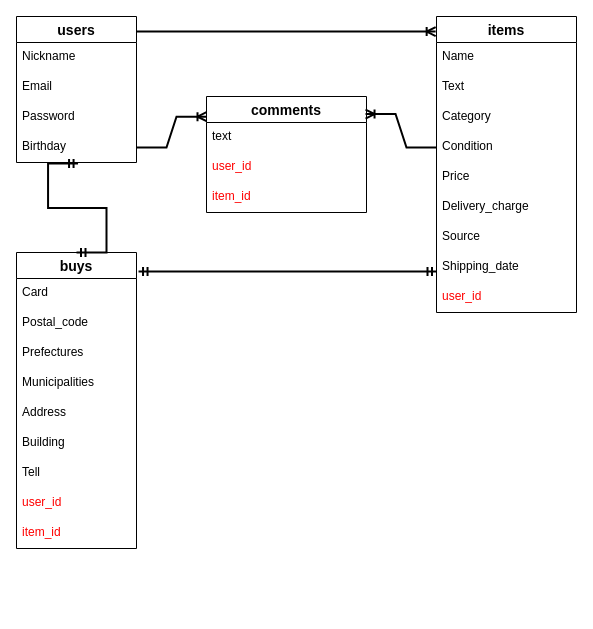
YamAtsu16/furima-37859 keeps this draw.io diagram as ER.dio. Above is the earlier version. Source tidied: cells renumbered, new cells numbered last; positions are measured from the earlier drawing's top-left corner, leaving out a move shared by most shapes. Both pictures are drawn from the tidied source at 100%, with x=0, y=0 at pixel (16, 16).
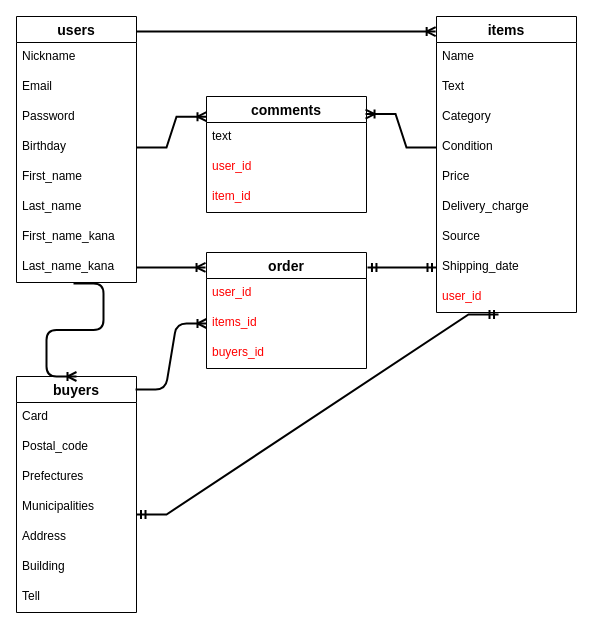
Above is the later version.

Unchanged cells that the change refers to:
```xml
<mxCell id="6" value="Birthday" style="text;strokeColor=none;fillColor=none;spacingLeft=4;spacingRight=4;overflow=hidden;points=[[0,0.5],[1,0.5]];portConstraint=eastwest;fontSize=12;rounded=0;" parent="2" vertex="1">
  <mxGeometry y="116" width="120" height="30" as="geometry" />
</mxCell>
<mxCell id="17" value="items" style="swimlane;fontStyle=1;horizontal=1;startSize=26;align=center;fontSize=14;rounded=0;" parent="1" vertex="1">
  <mxGeometry x="420" width="140" height="296" as="geometry" />
</mxCell>
<mxCell id="25" value="Shipping_date" style="text;strokeColor=none;fillColor=none;spacingLeft=4;spacingRight=4;overflow=hidden;points=[[0,0.5],[1,0.5]];portConstraint=eastwest;fontSize=12;rounded=0;" parent="17" vertex="1">
  <mxGeometry y="236" width="140" height="30" as="geometry" />
</mxCell>
<mxCell id="26" value="user_id" style="text;strokeColor=none;fillColor=none;spacingLeft=4;spacingRight=4;overflow=hidden;points=[[0,0.5],[1,0.5]];portConstraint=eastwest;fontSize=12;fontStyle=0;fontColor=#FF0000;rounded=0;" parent="17" vertex="1">
  <mxGeometry y="266" width="140" height="30" as="geometry" />
</mxCell>
```

Diff of the diagram source:
```diff
@@
     <mxCell id="2" value="users" style="swimlane;fontStyle=1;horizontal=1;startSize=26;align=center;fontSize=14;verticalAlign=middle;rounded=0;" parent="1" vertex="1">
-      <mxGeometry width="120" height="146" as="geometry" />
+      <mxGeometry width="120" height="266" as="geometry" />
     </mxCell>
@@
+    <mxCell id="36" value="First_name" style="text;strokeColor=none;fillColor=none;spacingLeft=4;spacingRight=4;overflow=hidden;fontSize=12;rounded=0;" parent="2" vertex="1">
+      <mxGeometry y="146" width="120" height="30" as="geometry" />
+    </mxCell>
+    <mxCell id="37" value="Last_name" style="text;strokeColor=none;fillColor=none;spacingLeft=4;spacingRight=4;overflow=hidden;fontSize=12;rounded=0;" parent="2" vertex="1">
+      <mxGeometry y="176" width="120" height="30" as="geometry" />
+    </mxCell>
+    <mxCell id="38" value="First_name_kana" style="text;strokeColor=none;fillColor=none;spacingLeft=4;spacingRight=4;overflow=hidden;fontSize=12;rounded=0;" parent="2" vertex="1">
+      <mxGeometry y="206" width="120" height="30" as="geometry" />
+    </mxCell>
+    <mxCell id="39" value="Last_name_kana" style="text;strokeColor=none;fillColor=none;spacingLeft=4;spacingRight=4;overflow=hidden;points=[[0,0.5],[1,0.5]];portConstraint=eastwest;fontSize=12;rounded=0;" parent="2" vertex="1">
+      <mxGeometry y="236" width="120" height="30" as="geometry" />
+    </mxCell>
-    <mxCell id="7" value="buys" style="swimlane;fontStyle=1;horizontal=1;startSize=26;align=center;fontSize=14;rounded=0;" parent="1" vertex="1">
-      <mxGeometry y="236" width="120" height="296" as="geometry" />
+    <mxCell id="7" value="buyers" style="swimlane;fontStyle=1;horizontal=1;startSize=26;align=center;fontSize=14;rounded=0;" parent="1" vertex="1">
+      <mxGeometry y="360" width="120" height="236" as="geometry" />
     </mxCell>
@@
-    <mxCell id="15" value="user_id" style="text;strokeColor=none;fillColor=none;spacingLeft=4;spacingRight=4;overflow=hidden;fontSize=12;fontColor=#FF0000;rounded=0;" parent="7" vertex="1">
-      <mxGeometry y="236" width="120" height="30" as="geometry" />
-    </mxCell>
-    <mxCell id="16" value="item_id" style="text;strokeColor=none;fillColor=none;spacingLeft=4;spacingRight=4;overflow=hidden;fontSize=12;fontColor=#FF0000;rounded=0;" parent="7" vertex="1">
-      <mxGeometry y="266" width="120" height="30" as="geometry" />
-    </mxCell>
@@
-    <mxCell id="31" style="edgeStyle=entityRelationEdgeStyle;fontSize=12;html=1;endArrow=ERoneToMany;entryX=-0.006;entryY=0.051;entryDx=0;entryDy=0;strokeWidth=2;exitX=1;exitY=0.103;exitDx=0;exitDy=0;exitPerimeter=0;entryPerimeter=0;rounded=0;" parent="1" edge="1" source="2" target="17">
-      <mxGeometry relative="1" as="geometry" />
+    <mxCell id="31" style="edgeStyle=entityRelationEdgeStyle;fontSize=12;html=1;endArrow=ERoneToMany;entryX=-0.006;entryY=0.051;entryDx=0;entryDy=0;strokeWidth=2;entryPerimeter=0;rounded=0;" parent="1" edge="1" target="17">
+      <mxGeometry relative="1" as="geometry">
+        <mxPoint x="120" y="15" as="sourcePoint" />
+      </mxGeometry>
     </mxCell>
-    <mxCell id="32" style="edgeStyle=entityRelationEdgeStyle;fontSize=12;html=1;endArrow=ERmandOne;startArrow=ERmandOne;fontColor=#FF0000;strokeWidth=2;entryX=0.513;entryY=1.033;entryDx=0;entryDy=0;entryPerimeter=0;exitX=0.5;exitY=0;exitDx=0;exitDy=0;rounded=0;" parent="1" edge="1" source="7" target="6">
-      <mxGeometry relative="1" as="geometry" />
-    </mxCell>
@@
-    <mxCell id="34" style="edgeStyle=entityRelationEdgeStyle;fontSize=12;html=1;endArrow=ERmandOne;startArrow=ERmandOne;fontColor=#FF0000;strokeWidth=2;exitX=1.017;exitY=0.064;exitDx=0;exitDy=0;exitPerimeter=0;rounded=0;" parent="1" edge="1" source="7">
+    <mxCell id="34" style="edgeStyle=entityRelationEdgeStyle;fontSize=12;html=1;endArrow=ERmandOne;startArrow=ERmandOne;fontColor=#FF0000;strokeWidth=2;rounded=0;entryX=0.443;entryY=1.067;entryDx=0;entryDy=0;entryPerimeter=0;" parent="1" edge="1" target="26">
       <mxGeometry relative="1" as="geometry">
-        <mxPoint x="420" y="255" as="targetPoint" />
+        <mxPoint x="120" y="498" as="sourcePoint" />
       </mxGeometry>
     </mxCell>
@@
+    <mxCell id="40" value="order" style="swimlane;fontStyle=1;horizontal=1;startSize=26;align=center;fontSize=14;" parent="1" vertex="1">
+      <mxGeometry x="190" y="236" width="160" height="116" as="geometry" />
+    </mxCell>
+    <mxCell id="15" value="user_id" style="text;strokeColor=none;fillColor=none;spacingLeft=4;spacingRight=4;overflow=hidden;fontSize=12;fontColor=#FF0000;" parent="40" vertex="1">
+      <mxGeometry y="26" width="160" height="30" as="geometry" />
+    </mxCell>
+    <mxCell id="41" value="items_id" style="text;strokeColor=none;fillColor=none;spacingLeft=4;spacingRight=4;overflow=hidden;points=[[0,0.5],[1,0.5]];portConstraint=eastwest;fontSize=12;fontColor=#FF0000;" parent="40" vertex="1">
+      <mxGeometry y="56" width="160" height="30" as="geometry" />
+    </mxCell>
+    <mxCell id="42" value="buyers_id" style="text;strokeColor=none;fillColor=none;spacingLeft=4;spacingRight=4;overflow=hidden;fontSize=12;fontColor=#FF0000;" parent="40" vertex="1">
+      <mxGeometry y="86" width="160" height="30" as="geometry" />
+    </mxCell>
+    <mxCell id="43" style="edgeStyle=entityRelationEdgeStyle;fontSize=12;html=1;endArrow=ERoneToMany;exitX=1;exitY=0.5;exitDx=0;exitDy=0;entryX=-0.006;entryY=0.129;entryDx=0;entryDy=0;entryPerimeter=0;strokeWidth=2;" parent="1" edge="1" source="39" target="40">
+      <mxGeometry relative="1" as="geometry" />
+    </mxCell>
+    <mxCell id="44" style="edgeStyle=entityRelationEdgeStyle;fontSize=12;html=1;endArrow=ERmandOne;startArrow=ERmandOne;strokeWidth=2;endSize=6;entryX=1.006;entryY=0.129;entryDx=0;entryDy=0;entryPerimeter=0;exitX=0;exitY=0.5;exitDx=0;exitDy=0;" parent="1" edge="1" source="25" target="40">
+      <mxGeometry relative="1" as="geometry" />
+    </mxCell>
+    <mxCell id="45" style="edgeStyle=entityRelationEdgeStyle;fontSize=12;html=1;endArrow=ERoneToMany;fontColor=#FF0000;endSize=6;strokeWidth=2;entryX=0.5;entryY=0;entryDx=0;entryDy=0;exitX=0.475;exitY=1.033;exitDx=0;exitDy=0;exitPerimeter=0;" parent="1" edge="1" source="39" target="7">
+      <mxGeometry relative="1" as="geometry" />
+    </mxCell>
+    <mxCell id="46" style="edgeStyle=entityRelationEdgeStyle;fontSize=12;html=1;endArrow=ERoneToMany;fontColor=#FF0000;endSize=6;strokeWidth=2;exitX=0.992;exitY=0.055;exitDx=0;exitDy=0;exitPerimeter=0;entryX=0;entryY=0.5;entryDx=0;entryDy=0;" parent="1" edge="1" source="7" target="41">
+      <mxGeometry relative="1" as="geometry" />
+    </mxCell>
```
